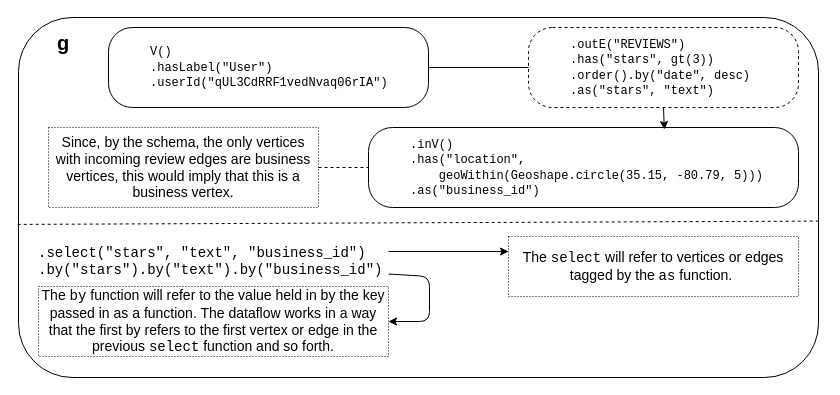
Earlier version of the draw.io diagram providentia-docs/report/drawio/gremlin-pattern.drawio (DavidBakerEffendi/providentia). Source tidied: cells renumbered, new cells numbered last; positions are measured from the earlier drawing's top-left corner, leaving out a move shared by most shapes. Both pictures are drawn from the tidied source at 100%, with x=0, y=0 at pixel (17, 17).
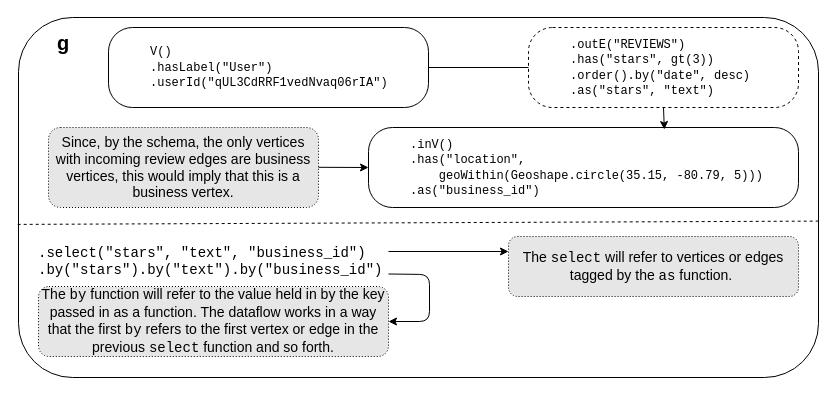
The same diagram, later.

Unchanged cells that the change refers to:
```xml
<mxCell id="6" value="&lt;blockquote style=&quot;margin: 0 0 0 40px ; border: none ; padding: 0px&quot;&gt;&lt;span style=&quot;white-space: nowrap&quot;&gt;&lt;font style=&quot;font-size: 12px&quot; face=&quot;Courier New&quot;&gt;.inV()&lt;/font&gt;&lt;/span&gt;&lt;/blockquote&gt;&lt;blockquote style=&quot;margin: 0 0 0 40px ; border: none ; padding: 0px&quot;&gt;&lt;span style=&quot;white-space: nowrap&quot;&gt;&lt;font style=&quot;font-size: 12px&quot; face=&quot;Courier New&quot;&gt;.has(&quot;location&quot;,&lt;/font&gt;&lt;/span&gt;&lt;/blockquote&gt;&lt;blockquote style=&quot;margin: 0 0 0 40px ; border: none ; padding: 0px&quot;&gt;&lt;span style=&quot;white-space: nowrap&quot;&gt;&lt;font style=&quot;font-size: 12px&quot; face=&quot;Courier New&quot;&gt;&amp;nbsp; &amp;nbsp; geoWithin(Geoshape.circle(35.15, -80.79, 5)))&lt;/font&gt;&lt;/span&gt;&lt;/blockquote&gt;&lt;blockquote style=&quot;margin: 0 0 0 40px ; border: none ; padding: 0px&quot;&gt;&lt;span style=&quot;white-space: nowrap&quot;&gt;&lt;font style=&quot;font-size: 12px&quot; face=&quot;Courier New&quot;&gt;.as(&quot;business_id&quot;)&lt;/font&gt;&lt;/span&gt;&lt;br&gt;&lt;/blockquote&gt;" style="rounded=1;whiteSpace=wrap;html=1;align=left;arcSize=30;perimeterSpacing=0;" parent="1" vertex="1">
  <mxGeometry x="351" y="110" width="430" height="80" as="geometry" />
</mxCell>
<mxCell id="11" value=".select(&quot;stars&quot;, &quot;text&quot;, &quot;business_id&quot;)&lt;br&gt;.by(&quot;stars&quot;).by(&quot;text&quot;).by(&quot;business_id&quot;)" style="text;html=1;strokeColor=none;fillColor=none;align=left;verticalAlign=middle;whiteSpace=wrap;rounded=0;dashed=1;fontSize=14;fontFamily=Courier New;" parent="1" vertex="1">
  <mxGeometry x="19" y="219" width="352" height="50" as="geometry" />
</mxCell>
```

Diff of the diagram source:
```diff
@@
-    <mxCell id="10" value="Since, by the schema, the only vertices with incoming review edges are business vertices, this would imply that this is a business vertex." style="text;html=1;strokeColor=#000000;fillColor=none;align=center;verticalAlign=middle;whiteSpace=wrap;rounded=0;fontSize=14;dashed=1;dashPattern=1 2;" parent="1" vertex="1">
+    <mxCell id="10" value="Since, by the schema, the only vertices with incoming review edges are business vertices, this would imply that this is a business vertex." style="text;html=1;strokeColor=#000000;fillColor=#E6E6E6;align=center;verticalAlign=middle;whiteSpace=wrap;rounded=1;fontSize=14;dashed=1;dashPattern=1 2;" parent="1" vertex="1">
       <mxGeometry x="31" y="110" width="270" height="80" as="geometry" />
     </mxCell>
@@
-    <mxCell id="13" value="The &lt;font face=&quot;Courier New&quot;&gt;select&lt;/font&gt; will refer to vertices or edges tagged by the &lt;font face=&quot;Courier New&quot;&gt;as&lt;/font&gt; function.&amp;nbsp;" style="text;html=1;strokeColor=#000000;fillColor=none;align=center;verticalAlign=middle;whiteSpace=wrap;rounded=0;fontSize=14;dashed=1;dashPattern=1 2;" parent="1" vertex="1">
+    <mxCell id="13" value="The &lt;font face=&quot;Courier New&quot;&gt;select&lt;/font&gt; will refer to vertices or edges tagged by the &lt;font face=&quot;Courier New&quot;&gt;as&lt;/font&gt; function.&amp;nbsp;" style="text;html=1;strokeColor=#000000;fillColor=#E6E6E6;align=center;verticalAlign=middle;whiteSpace=wrap;rounded=1;fontSize=14;dashed=1;dashPattern=1 2;shadow=0;glass=0;comic=0;" parent="1" vertex="1">
       <mxGeometry x="491" y="219" width="290" height="60" as="geometry" />
     </mxCell>
     <mxCell id="14" style="endArrow=classic;html=1;fontFamily=Courier New;fontSize=14;exitX=1;exitY=0.75;exitDx=0;exitDy=0;entryX=1;entryY=0.5;entryDx=0;entryDy=0;" parent="1" edge="1" source="11" target="15">
       <mxGeometry relative="1" as="geometry">
         <Array as="points">
-          <mxPoint x="412" y="259" />
+          <mxPoint x="412" y="257" />
           <mxPoint x="412" y="304" />
         </Array>
       </mxGeometry>
     </mxCell>
-    <mxCell id="15" value="The &lt;font face=&quot;Courier New&quot;&gt;by&lt;/font&gt; function will refer to the value held in by the key passed in as a function. The dataflow works in a way that the first by refers to the first vertex or edge in the previous &lt;font face=&quot;Courier New&quot;&gt;select&lt;/font&gt; function and so forth." style="text;html=1;strokeColor=#000000;fillColor=none;align=center;verticalAlign=middle;whiteSpace=wrap;rounded=0;fontSize=14;dashed=1;dashPattern=1 2;" parent="1" vertex="1">
+    <mxCell id="15" value="The &lt;font face=&quot;Courier New&quot;&gt;by&lt;/font&gt; function will refer to the value held in by the key passed in as a function. The dataflow works in a way that the first &lt;font face=&quot;Courier New&quot;&gt;by&lt;/font&gt; refers to the first vertex or edge in the previous &lt;font face=&quot;Courier New&quot;&gt;select&lt;/font&gt; function and so forth." style="text;html=1;strokeColor=#000000;fillColor=#E6E6E6;align=center;verticalAlign=middle;whiteSpace=wrap;rounded=1;fontSize=14;dashed=1;dashPattern=1 2;" parent="1" vertex="1">
       <mxGeometry x="21" y="269" width="350" height="70" as="geometry" />
     </mxCell>
-    <mxCell id="16" style="endArrow=none;dashed=1;html=1;fontFamily=Courier New;fontSize=14;entryX=0;entryY=0.5;entryDx=0;entryDy=0;exitX=1;exitY=0.5;exitDx=0;exitDy=0;" parent="1" edge="1" source="10" target="6">
-      <mxGeometry relative="1" as="geometry" />
-    </mxCell>
+    <mxCell id="17" style="endArrow=classic;html=1;fontFamily=Courier New;fontSize=14;" parent="1" edge="1">
+      <mxGeometry relative="1" as="geometry">
+        <mxPoint x="301" y="149.8" as="sourcePoint" />
+        <mxPoint x="351" y="150" as="targetPoint" />
+      </mxGeometry>
+    </mxCell>
```
